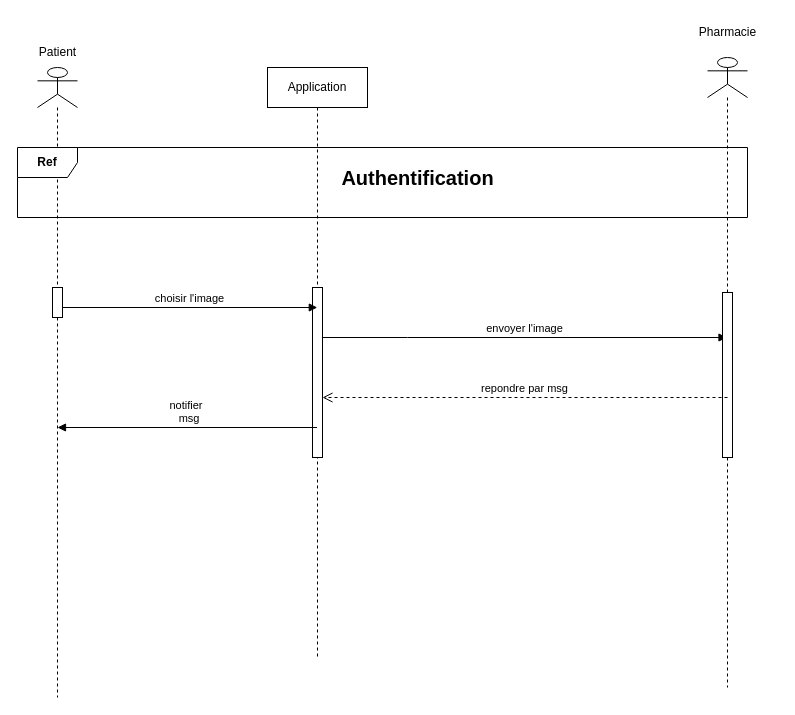
Earlier version of the draw.io diagram assets/Diagramme sans nom.drawio (mohamedcharaf/img). Source tidied: cells renumbered, new cells numbered last; positions are measured from the earlier drawing's top-left corner, leaving out a move shared by most shapes. Both pictures are drawn from the tidied source at 100%, with x=0, y=0 at pixel (17, 17).
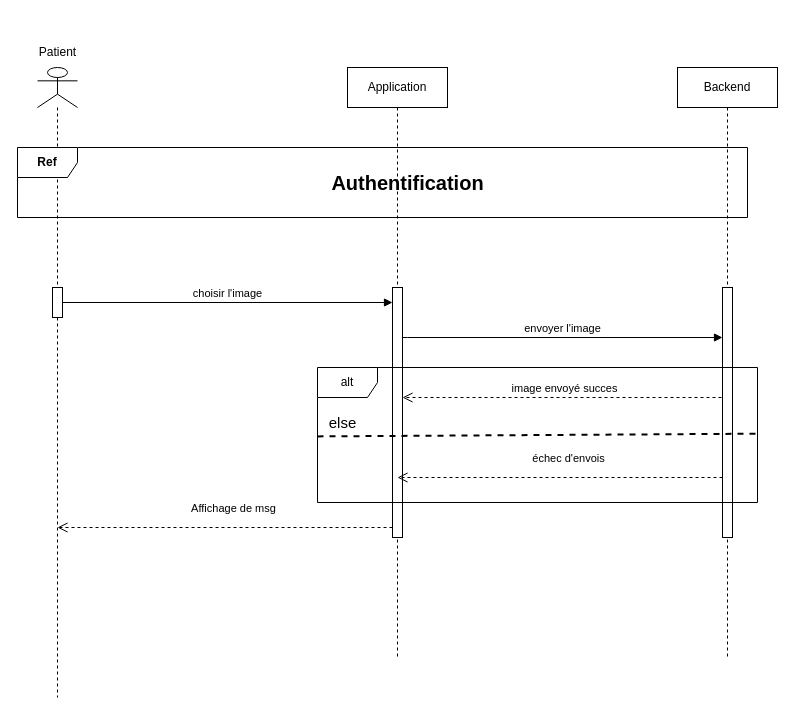
The same diagram, later.

Commit message:
Mettre à jour Diagramme sans nom.drawio

The change refers to these unchanged cells:
```xml
<mxCell id="5" style="html=1;points=[[0,0,0,0,5],[0,1,0,0,-5],[1,0,0,0,5],[1,1,0,0,-5]];perimeter=orthogonalPerimeter;outlineConnect=0;targetShapes=umlLifeline;portConstraint=eastwest;newEdgeStyle={&quot;curved&quot;:0,&quot;rounded&quot;:0};" parent="4" vertex="1">
  <mxGeometry x="15" y="220" width="10" height="30" as="geometry" />
</mxCell>
```

The edit, as a diff of the source:
```diff
@@
     <mxCell id="2" value="Application" style="shape=umlLifeline;perimeter=lifelinePerimeter;whiteSpace=wrap;html=1;outlineConnect=0;portConstraint=eastwest;newEdgeStyle={&quot;edgeStyle&quot;:&quot;elbowEdgeStyle&quot;,&quot;elbow&quot;:&quot;vertical&quot;,&quot;curved&quot;:0,&quot;rounded&quot;:0};" parent="1" vertex="1">
-      <mxGeometry x="250" y="50" width="100" height="590" as="geometry" />
+      <mxGeometry x="330" y="50" width="100" height="590" as="geometry" />
     </mxCell>
     <mxCell id="3" style="html=1;points=[];perimeter=orthogonalPerimeter;outlineConnect=0;targetShapes=umlLifeline;portConstraint=eastwest;newEdgeStyle={&quot;edgeStyle&quot;:&quot;elbowEdgeStyle&quot;,&quot;elbow&quot;:&quot;vertical&quot;,&quot;curved&quot;:0,&quot;rounded&quot;:0};" parent="2" vertex="1">
-      <mxGeometry x="45" y="220" width="10" height="170" as="geometry" />
+      <mxGeometry x="45" y="220" width="10" height="250" as="geometry" />
     </mxCell>
@@
     <mxCell id="8" value="&lt;font style=&quot;font-size: 20px;&quot;&gt;&lt;b&gt;Authentification&lt;/b&gt;&lt;/font&gt;" style="text;html=1;align=center;verticalAlign=middle;strokeColor=none;fillColor=none;" parent="1" vertex="1">
-      <mxGeometry x="310" y="140" width="180" height="40" as="geometry" />
+      <mxGeometry x="300" y="145" width="180" height="40" as="geometry" />
     </mxCell>
-    <mxCell id="9" value="choisir l'image" style="html=1;verticalAlign=bottom;endArrow=block;curved=0;rounded=0;" parent="1" edge="1" source="5">
-      <mxGeometry relative="1" as="geometry">
-        <mxPoint x="299.8" y="290" as="targetPoint" />
-      </mxGeometry>
+    <mxCell id="9" value="choisir l'image" style="html=1;verticalAlign=bottom;endArrow=block;curved=0;rounded=0;" parent="1" edge="1" source="5" target="3">
+      <mxGeometry relative="1" as="geometry" />
     </mxCell>
-    <mxCell id="10" value="envoyer l'image" style="html=1;verticalAlign=bottom;endArrow=block;curved=0;rounded=0;" parent="1" edge="1" source="3" target="11">
+    <mxCell id="10" value="envoyer l'image" style="html=1;verticalAlign=bottom;endArrow=block;curved=0;rounded=0;" parent="1" edge="1" source="3" target="17">
       <mxGeometry relative="1" as="geometry">
         <Array as="points">
           <mxPoint x="390" y="320" />
         </Array>
       </mxGeometry>
     </mxCell>
-    <mxCell id="11" style="shape=umlLifeline;perimeter=lifelinePerimeter;whiteSpace=wrap;html=1;outlineConnect=0;portConstraint=eastwest;newEdgeStyle={&quot;curved&quot;:0,&quot;rounded&quot;:0};participant=umlActor;" parent="1" vertex="1">
-      <mxGeometry x="690" y="40" width="40" height="630" as="geometry" />
-    </mxCell>
-    <mxCell id="12" style="html=1;perimeter=orthogonalPerimeter;targetShapes=umlLifeline;newEdgeStyle={&quot;curved&quot;:0,&quot;rounded&quot;:0};" parent="11" vertex="1">
-      <mxGeometry x="15" y="235" width="10" height="165" as="geometry" />
-    </mxCell>
-    <mxCell id="13" value="Pharmacie" style="text;html=1;align=center;verticalAlign=middle;strokeColor=none;fillColor=none;" parent="1" vertex="1">
-      <mxGeometry x="670" width="80" height="30" as="geometry" />
-    </mxCell>
-    <mxCell id="14" value="repondre par msg" style="html=1;verticalAlign=bottom;endArrow=open;dashed=1;endSize=8;curved=0;rounded=0;" parent="1" edge="1" target="3">
+    <mxCell id="14" value="image envoyé succes" style="html=1;verticalAlign=bottom;endArrow=open;dashed=1;endSize=8;curved=0;rounded=0;" parent="1" edge="1" target="3">
       <mxGeometry relative="1" as="geometry">
         <mxPoint x="710" y="380" as="sourcePoint" />
       </mxGeometry>
     </mxCell>
-    <mxCell id="15" value="notifier&amp;nbsp;&lt;div&gt;&amp;nbsp;msg&lt;/div&gt;" style="html=1;verticalAlign=bottom;endArrow=block;curved=0;rounded=0;" parent="1" edge="1" source="2">
-      <mxGeometry relative="1" as="geometry">
-        <mxPoint x="40" y="410" as="targetPoint" />
-      </mxGeometry>
-    </mxCell>
+    <mxCell id="16" value="Backend" style="shape=umlLifeline;perimeter=lifelinePerimeter;whiteSpace=wrap;html=1;newEdgeStyle={&quot;edgeStyle&quot;:&quot;elbowEdgeStyle&quot;,&quot;elbow&quot;:&quot;vertical&quot;,&quot;curved&quot;:0,&quot;rounded&quot;:0};" parent="1" vertex="1">
+      <mxGeometry x="660" y="50" width="100" height="590" as="geometry" />
+    </mxCell>
+    <mxCell id="17" style="html=1;points=[];perimeter=orthogonalPerimeter;outlineConnect=0;targetShapes=umlLifeline;portConstraint=eastwest;newEdgeStyle={&quot;edgeStyle&quot;:&quot;elbowEdgeStyle&quot;,&quot;elbow&quot;:&quot;vertical&quot;,&quot;curved&quot;:0,&quot;rounded&quot;:0};" parent="16" vertex="1">
+      <mxGeometry x="45" y="220" width="10" height="250" as="geometry" />
+    </mxCell>
+    <mxCell id="18" value="alt" style="shape=umlFrame;whiteSpace=wrap;html=1;" parent="1" vertex="1">
+      <mxGeometry x="300" y="350" width="440" height="135" as="geometry" />
+    </mxCell>
+    <mxCell id="19" value="échec d'envois" style="html=1;verticalAlign=bottom;endArrow=open;dashed=1;endSize=8;curved=0;rounded=0;" parent="1" edge="1">
+      <mxGeometry x="-0.05" y="-10" relative="1" as="geometry">
+        <mxPoint x="705" y="460" as="sourcePoint" />
+        <mxPoint x="380" y="460" as="targetPoint" />
+      </mxGeometry>
+    </mxCell>
+    <mxCell id="20" style="endArrow=none;dashed=1;html=1;rounded=0;exitX=-0.002;exitY=0.751;exitDx=0;exitDy=0;exitPerimeter=0;entryX=0.998;entryY=0.731;entryDx=0;entryDy=0;entryPerimeter=0;strokeWidth=2;" parent="1" edge="1">
+      <mxGeometry relative="1" as="geometry">
+        <mxPoint x="300" y="418.9" as="sourcePoint" />
+        <mxPoint x="740" y="416.2" as="targetPoint" />
+      </mxGeometry>
+    </mxCell>
+    <mxCell id="21" value="&lt;font style=&quot;font-size: 15px;&quot;&gt;else&lt;/font&gt;" style="text;html=1;align=center;verticalAlign=middle;strokeColor=none;fillColor=none;" parent="1" vertex="1">
+      <mxGeometry x="300" y="390" width="50" height="30" as="geometry" />
+    </mxCell>
+    <mxCell id="22" value="Affichage de msg" style="html=1;verticalAlign=bottom;endArrow=open;dashed=1;endSize=8;curved=0;rounded=0;" parent="1" edge="1" source="3">
+      <mxGeometry x="-0.05" y="-10" relative="1" as="geometry">
+        <mxPoint x="40" y="510" as="targetPoint" />
+      </mxGeometry>
+    </mxCell>
```
